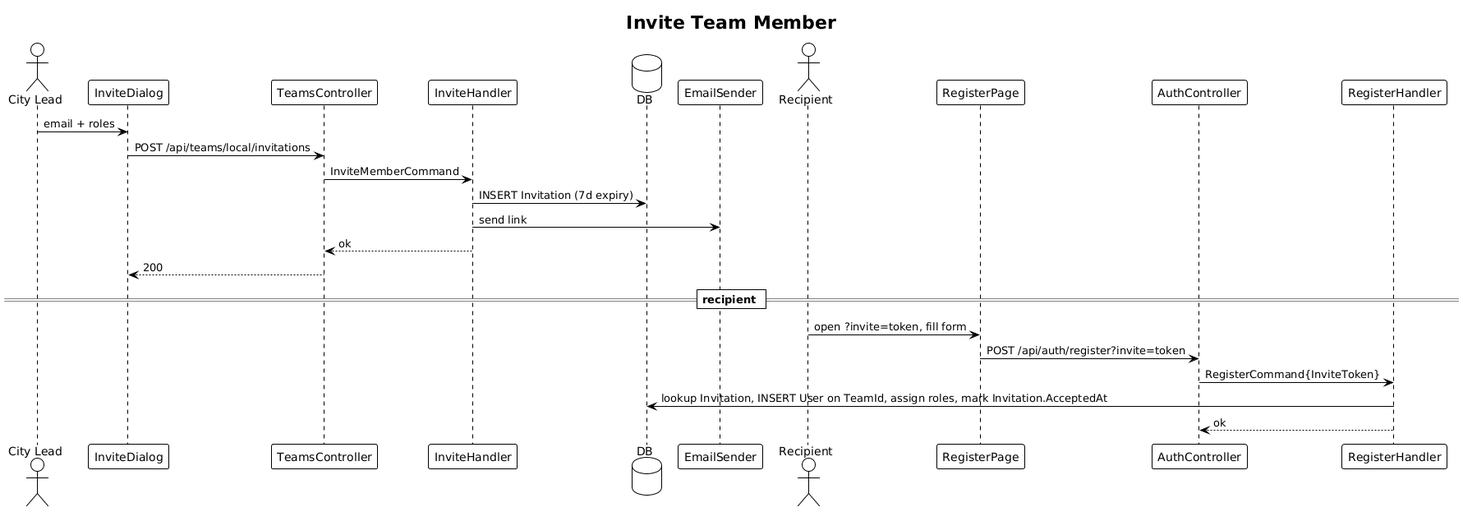
The PlantUML diagram docs/detailed-designs/26-invite-team-member/diagrams/sequence_invite.png in QuinntyneBrown/TheUpperRoom, before a commit. Its diagram source:
```plantuml
@startuml
!theme plain
title Invite Team Member

actor "City Lead" as CL
participant "InviteDialog" as D
participant "TeamsController" as C
participant "InviteHandler" as H
database "DB" as DB
participant "EmailSender" as ES

CL -> D: email + roles
D -> C: POST /api/teams/local/invitations
C -> H: InviteMemberCommand
H -> DB: INSERT Invitation (7d expiry)
H -> ES: send link
H --> C: ok
C --> D: 200

== recipient ==
actor Recipient
Recipient -> "RegisterPage" as RP: open ?invite=token, fill form
RP -> "AuthController" as AC: POST /api/auth/register?invite=token
AC -> "RegisterHandler" as RH: RegisterCommand{InviteToken}
RH -> DB: lookup Invitation, INSERT User on TeamId, assign roles, mark Invitation.AcceptedAt
RH --> AC: ok
@enduml
```
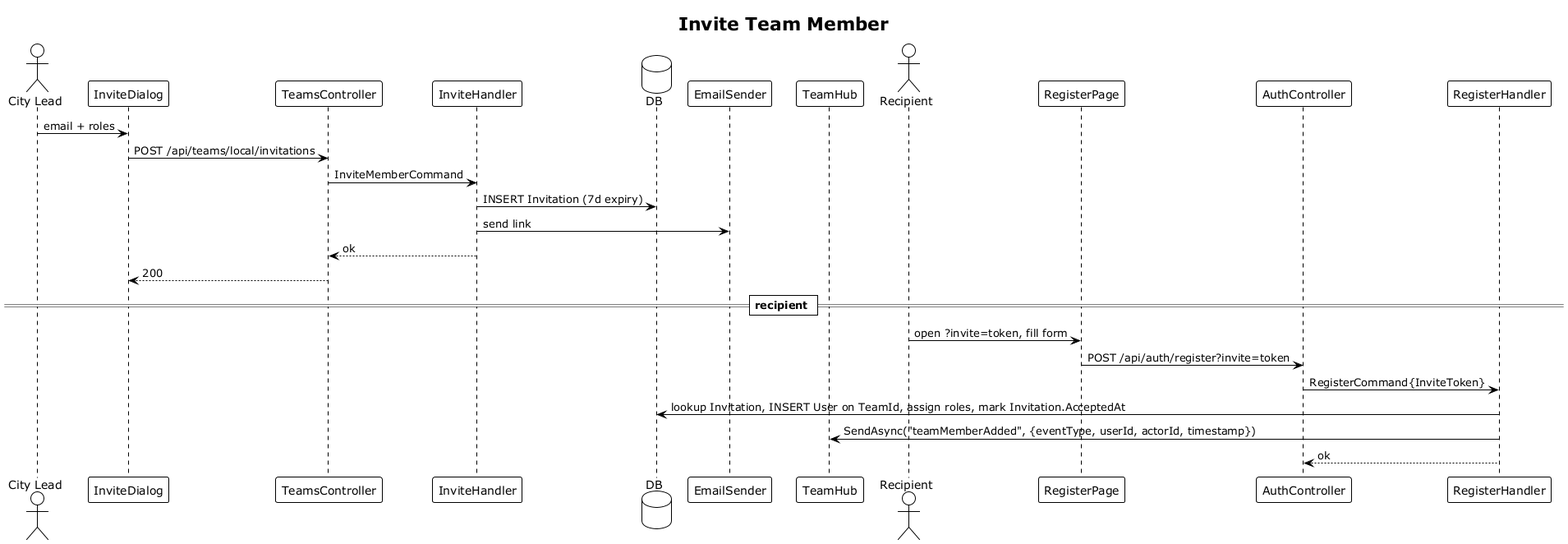
After the commit.

Diff of the diagram source:
```diff
@@ -1,4 +1,4 @@
-@startuml
+@startuml sequence_invite
 !theme plain
 title Invite Team Member
 
@@ -8,6 +8,7 @@
 participant "InviteHandler" as H
 database "DB" as DB
 participant "EmailSender" as ES
+participant "TeamHub" as Hub
 
 CL -> D: email + roles
 D -> C: POST /api/teams/local/invitations
@@ -23,5 +24,6 @@
 RP -> "AuthController" as AC: POST /api/auth/register?invite=token
 AC -> "RegisterHandler" as RH: RegisterCommand{InviteToken}
 RH -> DB: lookup Invitation, INSERT User on TeamId, assign roles, mark Invitation.AcceptedAt
+RH -> Hub: SendAsync("teamMemberAdded", {eventType, userId, actorId, timestamp})
 RH --> AC: ok
 @enduml
```
